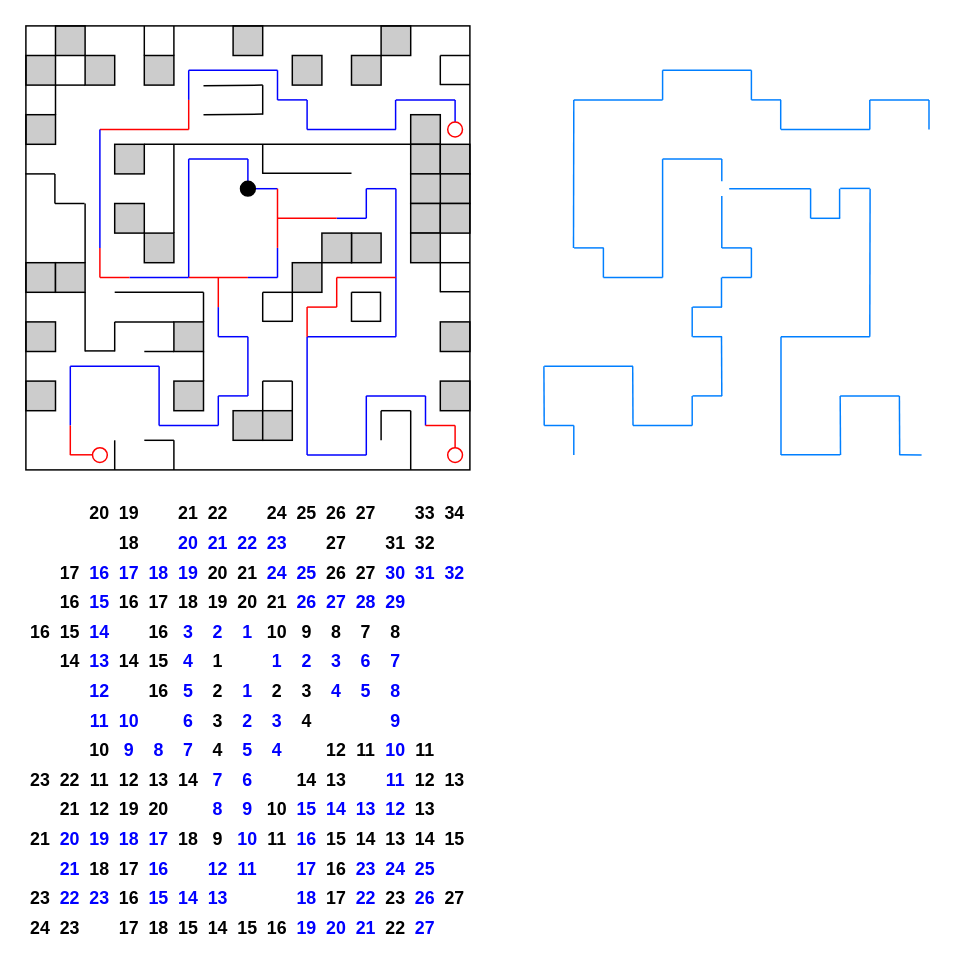
Earlier version of the draw.io diagram Thesis/diagrams/Paths.drawio (Villfuk02/Project-Nitrogen). Source tidied: cells renumbered, new cells numbered last; positions are measured from the earlier drawing's top-left corner, leaving out a move shared by most shapes. Both pictures are drawn from the tidied source at 148%, with x=0, y=0 at pixel (25, 25).
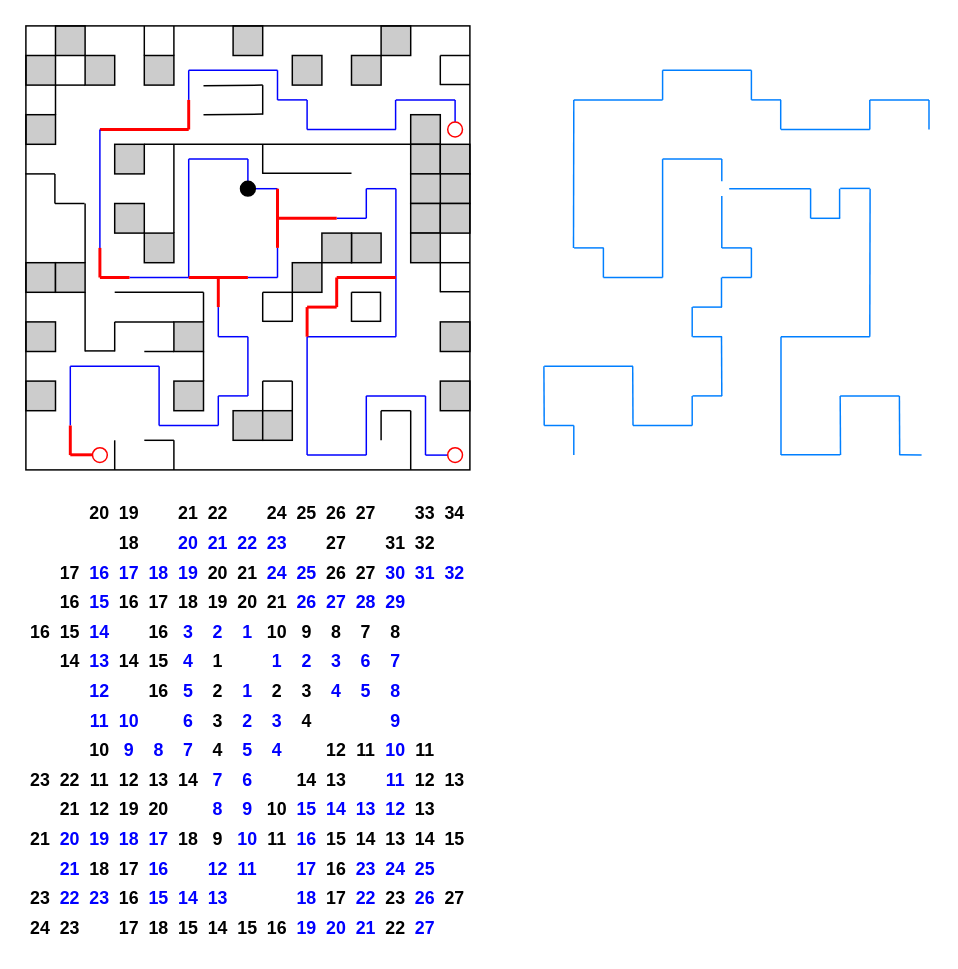
The same page after the edit.

Diff of the diagram source:
```diff
@@
-    <mxCell id="305" style="endArrow=none;html=1;rounded=0;strokeColor=#FF0000;" parent="1" edge="1">
-      <mxGeometry relative="1" as="geometry">
-        <mxPoint x="290" y="270" as="sourcePoint" />
-        <mxPoint x="290" y="290" as="targetPoint" />
-      </mxGeometry>
-    </mxCell>
     <mxCell id="306" style="endArrow=none;html=1;rounded=0;strokeColor=#0000FF;" parent="1" edge="1">
       <mxGeometry relative="1" as="geometry">
         <mxPoint x="270" y="250" as="sourcePoint" />
-        <mxPoint x="270" y="270" as="targetPoint" />
+        <mxPoint x="270" y="290" as="targetPoint" />
       </mxGeometry>
     </mxCell>
-    <mxCell id="307" style="endArrow=none;html=1;rounded=0;strokeColor=#FF0000;" parent="1" edge="1">
+    <mxCell id="307" style="endArrow=none;html=1;rounded=0;strokeColor=#0000FF;" parent="1" edge="1">
       <mxGeometry relative="1" as="geometry">
-        <mxPoint x="290" y="270" as="sourcePoint" />
-        <mxPoint x="270" y="270" as="targetPoint" />
+        <mxPoint x="290" y="290" as="sourcePoint" />
+        <mxPoint x="270" y="290" as="targetPoint" />
       </mxGeometry>
     </mxCell>
@@
-    <mxCell id="316" style="endArrow=none;html=1;rounded=0;strokeColor=#FF0000;" parent="1" edge="1">
+    <mxCell id="316" style="endArrow=none;html=1;rounded=0;strokeColor=#FF0000;strokeWidth=2;" parent="1" edge="1">
       <mxGeometry relative="1" as="geometry">
         <mxPoint x="110" y="70" as="sourcePoint" />
         <mxPoint x="50" y="70" as="targetPoint" />
       </mxGeometry>
     </mxCell>
@@
-    <mxCell id="333" style="endArrow=none;html=1;rounded=0;strokeColor=#FF0000;" parent="1" edge="1">
+    <mxCell id="333" style="endArrow=none;html=1;rounded=0;strokeColor=#FF0000;strokeWidth=2;" parent="1" edge="1">
       <mxGeometry relative="1" as="geometry">
         <mxPoint x="50" y="289.8" as="sourcePoint" />
         <mxPoint x="30" y="289.8" as="targetPoint" />
       </mxGeometry>
     </mxCell>
@@
-    <mxCell id="338" style="endArrow=none;html=1;rounded=0;strokeColor=#FF0000;" parent="1" edge="1">
+    <mxCell id="338" style="endArrow=none;html=1;rounded=0;strokeColor=#FF0000;strokeWidth=2;" parent="1" edge="1">
       <mxGeometry relative="1" as="geometry">
         <mxPoint x="250" y="170" as="sourcePoint" />
         <mxPoint x="210" y="170" as="targetPoint" />
       </mxGeometry>
     </mxCell>
-    <mxCell id="339" style="endArrow=none;html=1;rounded=0;strokeColor=#FF0000;" parent="1" edge="1">
+    <mxCell id="339" style="endArrow=none;html=1;rounded=0;strokeColor=#FF0000;strokeWidth=2;" parent="1" edge="1">
       <mxGeometry relative="1" as="geometry">
         <mxPoint x="210" y="170" as="sourcePoint" />
         <mxPoint x="210" y="190" as="targetPoint" />
       </mxGeometry>
     </mxCell>
-    <mxCell id="340" style="endArrow=none;html=1;rounded=0;strokeColor=#FF0000;" parent="1" edge="1">
+    <mxCell id="340" style="endArrow=none;html=1;rounded=0;strokeColor=#FF0000;strokeWidth=2;" parent="1" edge="1">
       <mxGeometry relative="1" as="geometry">
         <mxPoint x="210" y="190" as="sourcePoint" />
         <mxPoint x="190" y="190" as="targetPoint" />
       </mxGeometry>
     </mxCell>
@@
-    <mxCell id="350" style="endArrow=none;html=1;rounded=0;strokeColor=#FF0000;" parent="1" edge="1">
+    <mxCell id="350" style="endArrow=none;html=1;rounded=0;strokeColor=#FF0000;strokeWidth=2;" parent="1" edge="1">
       <mxGeometry relative="1" as="geometry">
         <mxPoint x="110" y="50" as="sourcePoint" />
         <mxPoint x="110" y="70" as="targetPoint" />
       </mxGeometry>
     </mxCell>
-    <mxCell id="351" style="endArrow=none;html=1;rounded=0;strokeColor=#FF0000;" parent="1" edge="1">
+    <mxCell id="351" style="endArrow=none;html=1;rounded=0;strokeColor=#FF0000;strokeWidth=2;" parent="1" edge="1">
       <mxGeometry relative="1" as="geometry">
         <mxPoint x="50" y="150" as="sourcePoint" />
         <mxPoint x="50" y="170" as="targetPoint" />
       </mxGeometry>
     </mxCell>
-    <mxCell id="352" style="endArrow=none;html=1;rounded=0;strokeColor=#FF0000;" parent="1" edge="1">
+    <mxCell id="352" style="endArrow=none;html=1;rounded=0;strokeColor=#FF0000;strokeWidth=2;" parent="1" edge="1">
       <mxGeometry relative="1" as="geometry">
         <mxPoint x="50" y="170" as="sourcePoint" />
         <mxPoint x="70" y="170" as="targetPoint" />
       </mxGeometry>
     </mxCell>
-    <mxCell id="353" style="endArrow=none;html=1;rounded=0;strokeColor=#FF0000;" parent="1" edge="1">
+    <mxCell id="353" style="endArrow=none;html=1;rounded=0;strokeColor=#FF0000;strokeWidth=2;" parent="1" edge="1">
       <mxGeometry relative="1" as="geometry">
         <mxPoint x="110" y="170" as="sourcePoint" />
         <mxPoint x="150" y="170" as="targetPoint" />
       </mxGeometry>
     </mxCell>
@@
-    <mxCell id="355" style="endArrow=none;html=1;rounded=0;strokeColor=#FF0000;" parent="1" edge="1">
+    <mxCell id="355" style="endArrow=none;html=1;rounded=0;strokeColor=#FF0000;strokeWidth=2;" parent="1" edge="1">
       <mxGeometry relative="1" as="geometry">
         <mxPoint x="170" y="110" as="sourcePoint" />
         <mxPoint x="170" y="150" as="targetPoint" />
       </mxGeometry>
     </mxCell>
-    <mxCell id="356" style="endArrow=none;html=1;rounded=0;strokeColor=#FF0000;" parent="1" edge="1">
+    <mxCell id="356" style="endArrow=none;html=1;rounded=0;strokeColor=#FF0000;strokeWidth=2;" parent="1" edge="1">
       <mxGeometry relative="1" as="geometry">
         <mxPoint x="170" y="130" as="sourcePoint" />
         <mxPoint x="210" y="130" as="targetPoint" />
       </mxGeometry>
     </mxCell>
-    <mxCell id="357" style="endArrow=none;html=1;rounded=0;strokeColor=#FF0000;" parent="1" edge="1">
+    <mxCell id="357" style="endArrow=none;html=1;rounded=0;strokeColor=#FF0000;strokeWidth=2;" parent="1" edge="1">
       <mxGeometry relative="1" as="geometry">
         <mxPoint x="130" y="170" as="sourcePoint" />
         <mxPoint x="130" y="190" as="targetPoint" />
       </mxGeometry>
     </mxCell>
-    <mxCell id="358" style="endArrow=none;html=1;rounded=0;strokeColor=#FF0000;" parent="1" edge="1">
+    <mxCell id="358" style="endArrow=none;html=1;rounded=0;strokeColor=#FF0000;strokeWidth=2;" parent="1" edge="1">
       <mxGeometry relative="1" as="geometry">
         <mxPoint x="30" y="270" as="sourcePoint" />
         <mxPoint x="30" y="290" as="targetPoint" />
       </mxGeometry>
     </mxCell>
-    <mxCell id="359" style="endArrow=none;html=1;rounded=0;strokeColor=#FF0000;" parent="1" edge="1">
+    <mxCell id="359" style="endArrow=none;html=1;rounded=0;strokeColor=#FF0000;strokeWidth=2;" parent="1" edge="1">
       <mxGeometry relative="1" as="geometry">
         <mxPoint x="190" y="190" as="sourcePoint" />
         <mxPoint x="190" y="210" as="targetPoint" />
       </mxGeometry>
     </mxCell>
```
